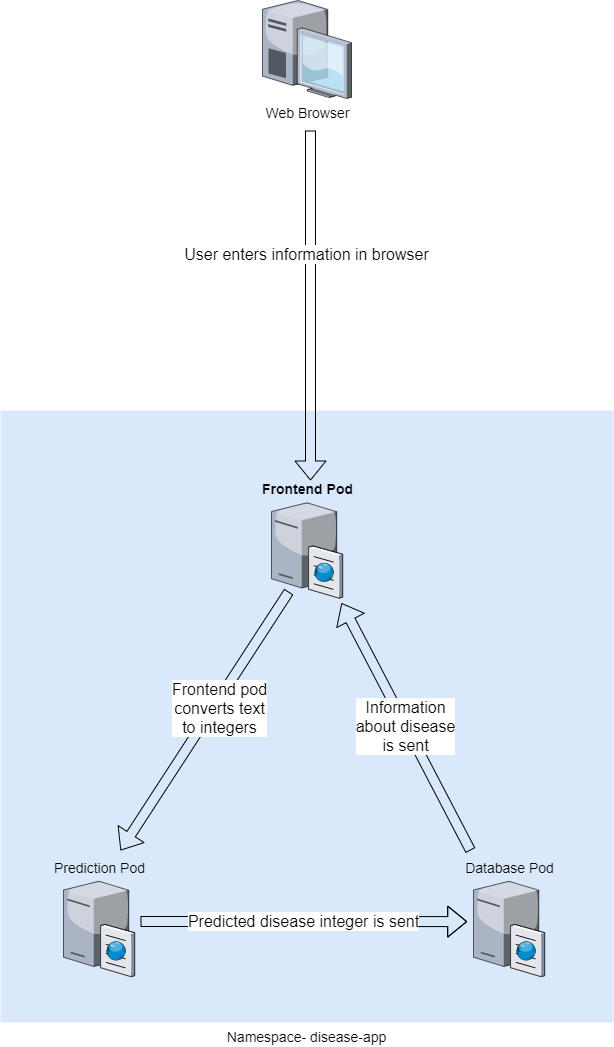
Above: architecture_diagram.png in DhirajGanji/cpsc-415-kata-project (draw.io), before the change. Source tidied: cells renumbered, new cells last; positions are measured from the earlier drawing's top-left corner, leaving out a move shared by most shapes. The source it was exported from:
```xml
<mxGraphModel>
  <root>
    <mxCell id="0" style="html=1;" />
    <mxCell id="1" style="html=1;" parent="0" />
    <mxCell id="2" value="Namespace- disease-app" style="whiteSpace=wrap;html=1;fillColor=#dae8fc;fontSize=14;strokeColor=none;verticalAlign=top;labelPosition=center;verticalLabelPosition=bottom;align=center;" parent="1" vertex="1">
      <mxGeometry y="410" width="613" height="612" as="geometry" />
    </mxCell>
    <mxCell id="3" value="Frontend Pod" style="verticalLabelPosition=top;html=1;verticalAlign=bottom;strokeColor=none;shape=mxgraph.citrix.cache_server;fillColor=#66B2FF;gradientColor=#0066CC;fontSize=14;labelPosition=center;align=center;fontStyle=1;" parent="1" vertex="1">
      <mxGeometry x="271" y="500" width="71" height="97.5" as="geometry" />
    </mxCell>
    <mxCell id="4" value="Web Browser" style="verticalLabelPosition=bottom;html=1;verticalAlign=top;strokeColor=none;shape=mxgraph.citrix.desktop;fillColor=#66B2FF;gradientColor=#0066CC;fontSize=14;" parent="1" vertex="1">
      <mxGeometry x="262" width="89" height="98" as="geometry" />
    </mxCell>
    <mxCell id="5" value="Prediction Pod" style="verticalLabelPosition=top;html=1;verticalAlign=bottom;strokeColor=none;shape=mxgraph.citrix.cache_server;fillColor=#66B2FF;gradientColor=#0066CC;fontSize=14;labelPosition=center;align=center;" parent="1" vertex="1">
      <mxGeometry x="63" y="878.5" width="71" height="97.5" as="geometry" />
    </mxCell>
    <mxCell id="6" value="Database Pod" style="verticalLabelPosition=top;html=1;verticalAlign=bottom;strokeColor=none;shape=mxgraph.citrix.cache_server;fillColor=#66B2FF;gradientColor=#0066CC;fontSize=14;labelPosition=center;align=center;" parent="1" vertex="1">
      <mxGeometry x="473" y="878.5" width="71" height="97.5" as="geometry" />
    </mxCell>
    <mxCell id="7" style="shape=flexArrow;endArrow=classic;html=1;rounded=0;exitX=0.244;exitY=0.935;exitDx=0;exitDy=0;exitPerimeter=0;" parent="1" edge="1" source="3">
      <mxGeometry relative="1" as="geometry">
        <mxPoint x="120" y="850" as="targetPoint" />
      </mxGeometry>
    </mxCell>
    <mxCell id="8" value="Frontend pod&lt;br&gt;converts text &lt;br&gt;to integers" style="edgeLabel;html=1;align=center;verticalAlign=middle;fontSize=16;" parent="7" vertex="1">
      <mxGeometry x="-0.12" y="4" relative="1" as="geometry">
        <mxPoint x="1" as="offset" />
      </mxGeometry>
    </mxCell>
    <mxCell id="9" style="shape=flexArrow;endArrow=classic;html=1;rounded=0;" parent="1" edge="1">
      <mxGeometry relative="1" as="geometry">
        <mxPoint x="310" y="130" as="sourcePoint" />
        <mxPoint x="310" y="480" as="targetPoint" />
      </mxGeometry>
    </mxCell>
    <mxCell id="10" value="&lt;font style=&quot;font-size: 16px;&quot;&gt;User enters information in browser&lt;/font&gt;" style="edgeLabel;html=1;align=center;verticalAlign=middle;" parent="9" vertex="1">
      <mxGeometry x="-0.3" y="-5" relative="1" as="geometry" />
    </mxCell>
    <mxCell id="11" value="&lt;font style=&quot;font-size: 16px;&quot;&gt;Predicted disease integer is sent&lt;/font&gt;" style="shape=flexArrow;endArrow=classic;html=1;rounded=0;entryX=-0.089;entryY=0.437;entryDx=0;entryDy=0;entryPerimeter=0;" parent="1" edge="1" target="6">
      <mxGeometry relative="1" as="geometry">
        <mxPoint x="140" y="921" as="sourcePoint" />
        <Array as="points">
          <mxPoint x="290" y="921" />
        </Array>
      </mxGeometry>
    </mxCell>
    <mxCell id="12" value="Information&lt;br&gt;about disease&lt;br&gt;is sent" style="shape=flexArrow;endArrow=classic;html=1;rounded=0;entryX=0.986;entryY=1.052;entryDx=0;entryDy=0;entryPerimeter=0;fontSize=16;" parent="1" edge="1" target="3">
      <mxGeometry relative="1" as="geometry">
        <mxPoint x="470" y="850" as="sourcePoint" />
      </mxGeometry>
    </mxCell>
  </root>
</mxGraphModel>
```
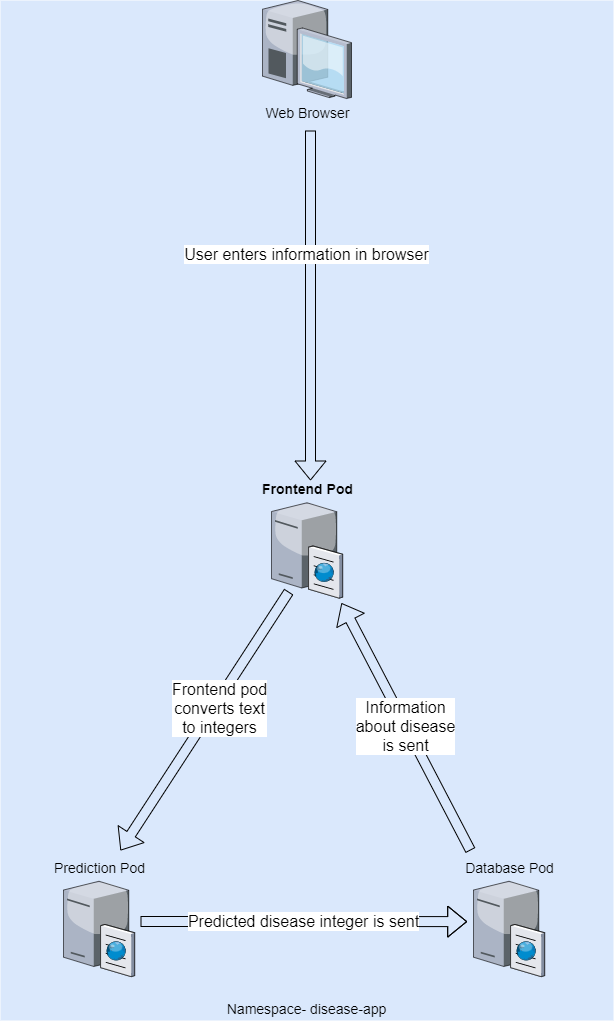
The same file after the commit.

The edit, as a diff of the source:
```diff
@@ -2,8 +2,8 @@
   <root>
     <mxCell id="0" style="html=1;" />
     <mxCell id="1" style="html=1;" parent="0" />
-    <mxCell id="2" value="Namespace- disease-app" style="whiteSpace=wrap;html=1;fillColor=#dae8fc;fontSize=14;strokeColor=none;verticalAlign=top;labelPosition=center;verticalLabelPosition=bottom;align=center;" parent="1" vertex="1">
-      <mxGeometry y="410" width="613" height="612" as="geometry" />
+    <mxCell id="2" value="Namespace- disease-app" style="whiteSpace=wrap;html=1;fillColor=#dae8fc;fontSize=14;strokeColor=none;verticalAlign=bottom;labelPosition=center;verticalLabelPosition=middle;align=center;" parent="1" vertex="1">
+      <mxGeometry width="613" height="1020" as="geometry" />
     </mxCell>
     <mxCell id="3" value="Frontend Pod" style="verticalLabelPosition=top;html=1;verticalAlign=bottom;strokeColor=none;shape=mxgraph.citrix.cache_server;fillColor=#66B2FF;gradientColor=#0066CC;fontSize=14;labelPosition=center;align=center;fontStyle=1;" parent="1" vertex="1">
       <mxGeometry x="271" y="500" width="71" height="97.5" as="geometry" />
```
